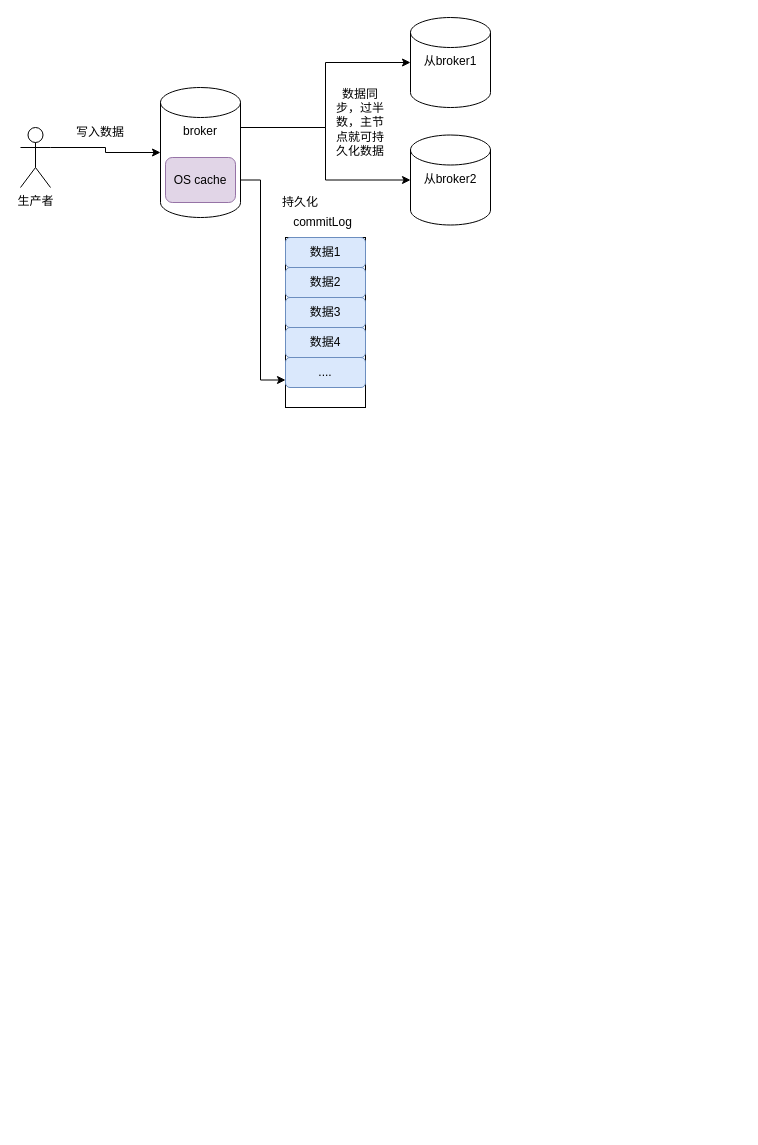
txz1006/txz1006.github.io keeps this draw.io diagram as page "第 4 页" (4 of 5) of z-其他资源/MQ.drawio. Above is the earlier version. Source tidied: cells renumbered, new cells numbered last; positions are measured from the earlier drawing's top-left corner, leaving out a move shared by most shapes. Both pictures are drawn from the tidied source at 100%, with x=0, y=0 at pixel (20, 17).
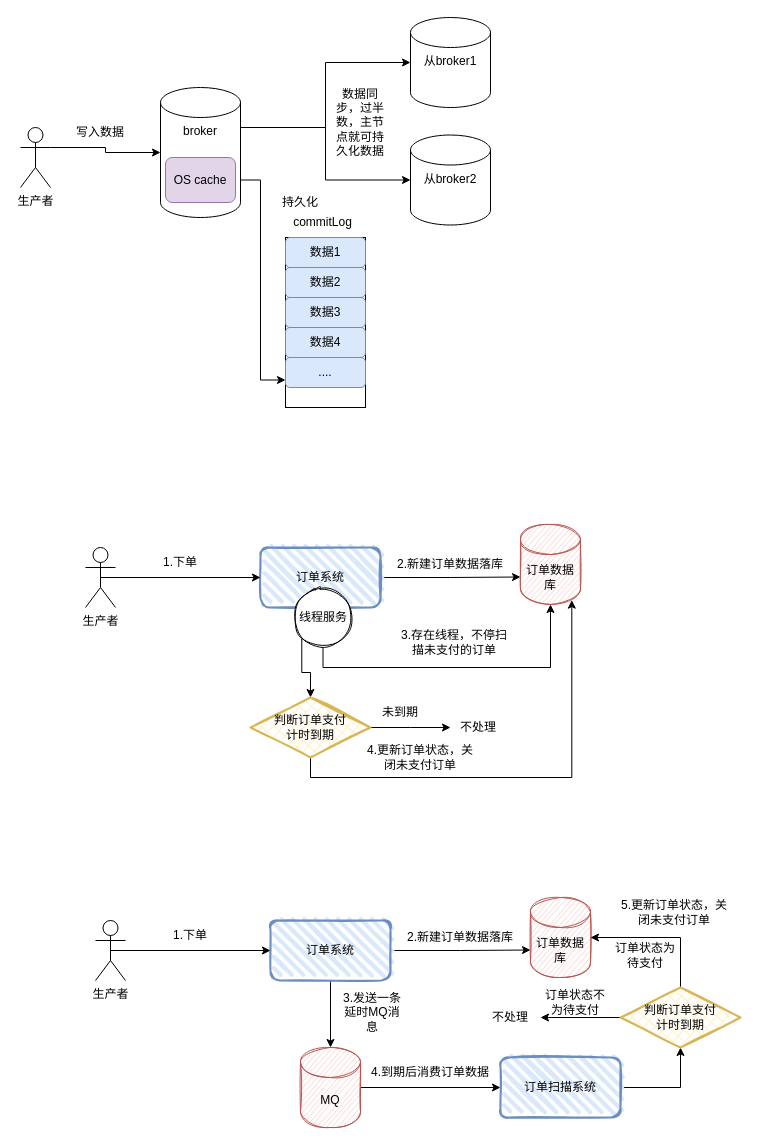
The same page after the edit.

The edit, as a diff of the source:
```diff
@@
+    <mxCell id="21" style="edgeStyle=orthogonalEdgeStyle;rounded=0;jettySize=auto;html=1;exitX=1;exitY=0.5;exitDx=0;exitDy=0;entryX=0;entryY=0;entryDx=0;entryDy=52.5;entryPerimeter=0;" parent="1" edge="1" source="22" target="26">
+      <mxGeometry relative="1" as="geometry" />
+    </mxCell>
+    <mxCell id="22" value="订单系统" style="rounded=1;whiteSpace=wrap;html=1;strokeWidth=2;fillWeight=4;hachureGap=8;hachureAngle=45;fillColor=#dae8fc;sketch=1;strokeColor=#6c8ebf;" parent="1" vertex="1">
+      <mxGeometry x="240" y="530" width="120" height="60" as="geometry" />
+    </mxCell>
+    <mxCell id="23" style="edgeStyle=orthogonalEdgeStyle;rounded=0;jettySize=auto;html=1;exitX=0.5;exitY=0.5;exitDx=0;exitDy=0;exitPerimeter=0;entryX=0;entryY=0.5;entryDx=0;entryDy=0;" parent="1" edge="1" source="24" target="22">
+      <mxGeometry relative="1" as="geometry" />
+    </mxCell>
+    <mxCell id="24" value="生产者" style="shape=umlActor;verticalLabelPosition=bottom;verticalAlign=top;html=1;outlineConnect=0;" parent="1" vertex="1">
+      <mxGeometry x="65" y="530" width="30" height="60" as="geometry" />
+    </mxCell>
+    <mxCell id="25" value="1.下单" style="text;html=1;strokeColor=none;fillColor=none;align=center;verticalAlign=middle;whiteSpace=wrap;rounded=0;" parent="1" vertex="1">
+      <mxGeometry x="130" y="530" width="60" height="30" as="geometry" />
+    </mxCell>
+    <mxCell id="26" value="订单数据库" style="shape=cylinder3;whiteSpace=wrap;html=1;boundedLbl=1;backgroundOutline=1;size=15;sketch=1;fillColor=#f8cecc;strokeColor=#b85450;" parent="1" vertex="1">
+      <mxGeometry x="500" y="507" width="60" height="80" as="geometry" />
+    </mxCell>
+    <mxCell id="27" value="2.新建订单数据落库" style="text;html=1;strokeColor=none;fillColor=none;align=center;verticalAlign=middle;whiteSpace=wrap;rounded=0;" parent="1" vertex="1">
+      <mxGeometry x="372" y="532" width="116" height="30" as="geometry" />
+    </mxCell>
+    <mxCell id="28" style="edgeStyle=orthogonalEdgeStyle;rounded=0;jettySize=auto;html=1;exitX=0.5;exitY=1;exitDx=0;exitDy=0;entryX=0.5;entryY=1;entryDx=0;entryDy=0;entryPerimeter=0;" parent="1" edge="1" source="30" target="26">
+      <mxGeometry relative="1" as="geometry" />
+    </mxCell>
+    <mxCell id="29" style="edgeStyle=orthogonalEdgeStyle;rounded=0;jettySize=auto;html=1;exitX=0;exitY=1;exitDx=0;exitDy=0;entryX=0.5;entryY=0;entryDx=0;entryDy=0;" parent="1" edge="1" source="30" target="34">
+      <mxGeometry relative="1" as="geometry" />
+    </mxCell>
+    <mxCell id="30" value="线程服务" style="ellipse;whiteSpace=wrap;html=1;sketch=1;" parent="1" vertex="1">
+      <mxGeometry x="272.5" y="570" width="60" height="60" as="geometry" />
+    </mxCell>
+    <mxCell id="31" value="3.存在线程，不停扫描未支付的订单" style="text;html=1;strokeColor=none;fillColor=none;align=center;verticalAlign=middle;whiteSpace=wrap;rounded=0;sketch=1;" parent="1" vertex="1">
+      <mxGeometry x="380" y="610" width="108" height="30" as="geometry" />
+    </mxCell>
+    <mxCell id="32" style="edgeStyle=orthogonalEdgeStyle;rounded=0;jettySize=auto;html=1;exitX=1;exitY=0.5;exitDx=0;exitDy=0;" parent="1" edge="1" source="34">
+      <mxGeometry relative="1" as="geometry">
+        <mxPoint x="430" y="710" as="targetPoint" />
+      </mxGeometry>
+    </mxCell>
+    <mxCell id="33" style="edgeStyle=orthogonalEdgeStyle;rounded=0;jettySize=auto;html=1;exitX=0.5;exitY=1;exitDx=0;exitDy=0;entryX=0.855;entryY=1;entryDx=0;entryDy=-4.35;entryPerimeter=0;" parent="1" edge="1" source="34" target="26">
+      <mxGeometry relative="1" as="geometry" />
+    </mxCell>
+    <mxCell id="34" value="判断订单支付&lt;br&gt;计时到期" style="rhombus;whiteSpace=wrap;html=1;strokeWidth=2;fillWeight=-1;hachureGap=8;fillStyle=cross-hatch;fillColor=#fff2cc;sketch=1;strokeColor=#d6b656;" parent="1" vertex="1">
+      <mxGeometry x="230" y="680" width="120" height="60" as="geometry" />
+    </mxCell>
+    <mxCell id="35" value="不处理" style="text;html=1;strokeColor=none;fillColor=none;align=center;verticalAlign=middle;whiteSpace=wrap;rounded=0;sketch=1;" parent="1" vertex="1">
+      <mxGeometry x="428" y="695" width="60" height="30" as="geometry" />
+    </mxCell>
+    <mxCell id="36" value="未到期" style="text;html=1;strokeColor=none;fillColor=none;align=center;verticalAlign=middle;whiteSpace=wrap;rounded=0;sketch=1;" parent="1" vertex="1">
+      <mxGeometry x="350" y="680" width="60" height="30" as="geometry" />
+    </mxCell>
+    <mxCell id="37" value="4.更新订单状态，关闭未支付订单" style="text;html=1;strokeColor=none;fillColor=none;align=center;verticalAlign=middle;whiteSpace=wrap;rounded=0;sketch=1;" parent="1" vertex="1">
+      <mxGeometry x="346" y="725" width="108" height="30" as="geometry" />
+    </mxCell>
+    <mxCell id="38" style="edgeStyle=orthogonalEdgeStyle;rounded=0;jettySize=auto;html=1;exitX=1;exitY=0.5;exitDx=0;exitDy=0;entryX=0;entryY=0;entryDx=0;entryDy=52.5;entryPerimeter=0;" parent="1" edge="1" source="40" target="44">
+      <mxGeometry relative="1" as="geometry" />
+    </mxCell>
+    <mxCell id="39" style="edgeStyle=orthogonalEdgeStyle;rounded=0;jettySize=auto;html=1;exitX=0.5;exitY=1;exitDx=0;exitDy=0;" parent="1" edge="1" source="40">
+      <mxGeometry relative="1" as="geometry">
+        <mxPoint x="310" y="1030" as="targetPoint" />
+      </mxGeometry>
+    </mxCell>
+    <mxCell id="40" value="订单系统" style="rounded=1;whiteSpace=wrap;html=1;strokeWidth=2;fillWeight=4;hachureGap=8;hachureAngle=45;fillColor=#dae8fc;sketch=1;strokeColor=#6c8ebf;" parent="1" vertex="1">
+      <mxGeometry x="250" y="903" width="120" height="60" as="geometry" />
+    </mxCell>
+    <mxCell id="41" style="edgeStyle=orthogonalEdgeStyle;rounded=0;jettySize=auto;html=1;exitX=0.5;exitY=0.5;exitDx=0;exitDy=0;exitPerimeter=0;entryX=0;entryY=0.5;entryDx=0;entryDy=0;" parent="1" edge="1" source="42" target="40">
+      <mxGeometry relative="1" as="geometry" />
+    </mxCell>
+    <mxCell id="42" value="生产者" style="shape=umlActor;verticalLabelPosition=bottom;verticalAlign=top;html=1;outlineConnect=0;" parent="1" vertex="1">
+      <mxGeometry x="75" y="903" width="30" height="60" as="geometry" />
+    </mxCell>
+    <mxCell id="43" value="1.下单" style="text;html=1;strokeColor=none;fillColor=none;align=center;verticalAlign=middle;whiteSpace=wrap;rounded=0;" parent="1" vertex="1">
+      <mxGeometry x="140" y="903" width="60" height="30" as="geometry" />
+    </mxCell>
+    <mxCell id="44" value="订单数据库" style="shape=cylinder3;whiteSpace=wrap;html=1;boundedLbl=1;backgroundOutline=1;size=15;sketch=1;fillColor=#f8cecc;strokeColor=#b85450;" parent="1" vertex="1">
+      <mxGeometry x="510" y="880" width="60" height="80" as="geometry" />
+    </mxCell>
+    <mxCell id="45" value="2.新建订单数据落库" style="text;html=1;strokeColor=none;fillColor=none;align=center;verticalAlign=middle;whiteSpace=wrap;rounded=0;" parent="1" vertex="1">
+      <mxGeometry x="382" y="905" width="116" height="30" as="geometry" />
+    </mxCell>
+    <mxCell id="46" style="edgeStyle=orthogonalEdgeStyle;rounded=0;jettySize=auto;html=1;exitX=1;exitY=0.5;exitDx=0;exitDy=0;exitPerimeter=0;" parent="1" edge="1" source="47" target="50">
+      <mxGeometry relative="1" as="geometry" />
+    </mxCell>
+    <mxCell id="47" value="MQ" style="shape=cylinder3;whiteSpace=wrap;html=1;boundedLbl=1;backgroundOutline=1;size=15;sketch=1;fillColor=#f8cecc;strokeColor=#b85450;" parent="1" vertex="1">
+      <mxGeometry x="280" y="1030" width="60" height="80" as="geometry" />
+    </mxCell>
+    <mxCell id="48" value="3.发送一条延时MQ消息" style="text;html=1;strokeColor=none;fillColor=none;align=center;verticalAlign=middle;whiteSpace=wrap;rounded=0;sketch=1;" parent="1" vertex="1">
+      <mxGeometry x="322" y="980" width="60" height="30" as="geometry" />
+    </mxCell>
+    <mxCell id="49" style="edgeStyle=orthogonalEdgeStyle;rounded=0;jettySize=auto;html=1;exitX=1;exitY=0.5;exitDx=0;exitDy=0;entryX=0.5;entryY=1;entryDx=0;entryDy=0;" parent="1" edge="1" source="50" target="54">
+      <mxGeometry relative="1" as="geometry" />
+    </mxCell>
+    <mxCell id="50" value="订单扫描系统" style="rounded=1;whiteSpace=wrap;html=1;strokeWidth=2;fillWeight=4;hachureGap=8;hachureAngle=45;fillColor=#dae8fc;sketch=1;strokeColor=#6c8ebf;" parent="1" vertex="1">
+      <mxGeometry x="480" y="1040" width="120" height="60" as="geometry" />
+    </mxCell>
+    <mxCell id="51" value="4.到期后消费订单数据" style="text;html=1;strokeColor=none;fillColor=none;align=center;verticalAlign=middle;whiteSpace=wrap;rounded=0;sketch=1;" parent="1" vertex="1">
+      <mxGeometry x="345" y="1040" width="130" height="30" as="geometry" />
+    </mxCell>
+    <mxCell id="52" style="edgeStyle=orthogonalEdgeStyle;rounded=0;jettySize=auto;html=1;exitX=0.5;exitY=0;exitDx=0;exitDy=0;entryX=1;entryY=0.5;entryDx=0;entryDy=0;entryPerimeter=0;" parent="1" edge="1" source="54" target="44">
+      <mxGeometry relative="1" as="geometry" />
+    </mxCell>
+    <mxCell id="53" style="edgeStyle=orthogonalEdgeStyle;rounded=0;jettySize=auto;html=1;exitX=0;exitY=0.5;exitDx=0;exitDy=0;entryX=1;entryY=0.5;entryDx=0;entryDy=0;" parent="1" edge="1" source="54" target="55">
+      <mxGeometry relative="1" as="geometry" />
+    </mxCell>
+    <mxCell id="54" value="判断订单支付&lt;br&gt;计时到期" style="rhombus;whiteSpace=wrap;html=1;strokeWidth=2;fillWeight=-1;hachureGap=8;fillStyle=cross-hatch;fillColor=#fff2cc;sketch=1;strokeColor=#d6b656;" parent="1" vertex="1">
+      <mxGeometry x="600" y="970" width="120" height="60" as="geometry" />
+    </mxCell>
+    <mxCell id="55" value="不处理" style="text;html=1;strokeColor=none;fillColor=none;align=center;verticalAlign=middle;whiteSpace=wrap;rounded=0;sketch=1;" parent="1" vertex="1">
+      <mxGeometry x="460" y="985" width="60" height="30" as="geometry" />
+    </mxCell>
+    <mxCell id="56" value="订单状态不为待支付" style="text;html=1;strokeColor=none;fillColor=none;align=center;verticalAlign=middle;whiteSpace=wrap;rounded=0;sketch=1;" parent="1" vertex="1">
+      <mxGeometry x="520" y="970" width="70" height="30" as="geometry" />
+    </mxCell>
+    <mxCell id="57" value="订单状态为待支付" style="text;html=1;strokeColor=none;fillColor=none;align=center;verticalAlign=middle;whiteSpace=wrap;rounded=0;sketch=1;" parent="1" vertex="1">
+      <mxGeometry x="590" y="923" width="70" height="30" as="geometry" />
+    </mxCell>
+    <mxCell id="58" value="5.更新订单状态，关闭未支付订单" style="text;html=1;strokeColor=none;fillColor=none;align=center;verticalAlign=middle;whiteSpace=wrap;rounded=0;sketch=1;" parent="1" vertex="1">
+      <mxGeometry x="600" y="880" width="108" height="30" as="geometry" />
+    </mxCell>
```
